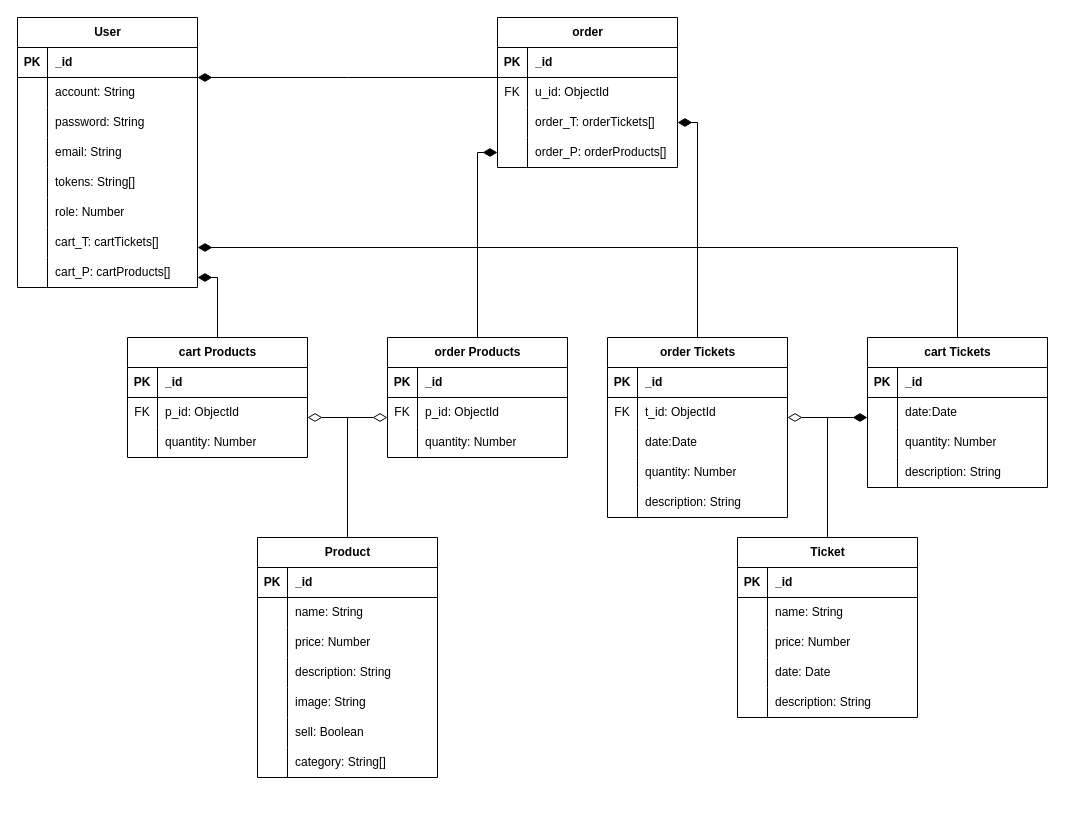
Before: 形象網站專題/database.drawio in Inori0107/Muller-, a draw.io diagram. Source tidied: cells renumbered, new cells numbered last; positions are measured from the earlier drawing's top-left corner, leaving out a move shared by most shapes. Both pictures are drawn from the tidied source at 100%, with x=0, y=0 at pixel (17, 17).
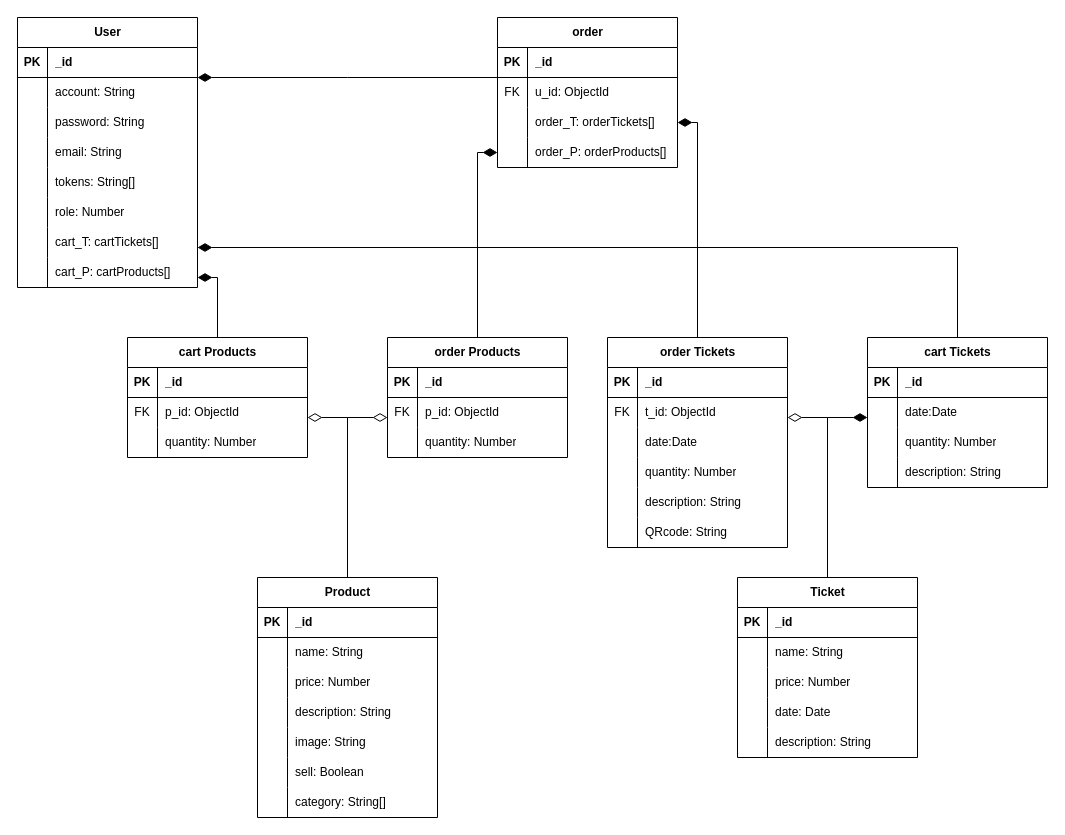
Above is the later version.

Change to the diagram source:
```diff
@@
     <mxCell id="48" value="Product" style="shape=table;startSize=30;childLayout=tableLayout;rowLines=0;fontStyle=1;align=center;html=1;" parent="1" vertex="1">
-      <mxGeometry x="240" y="520" width="180" height="240" as="geometry" />
+      <mxGeometry x="240" y="560" width="180" height="240" as="geometry" />
     </mxCell>
@@
     <mxCell id="86" value="Ticket" style="shape=table;startSize=30;childLayout=tableLayout;rowLines=0;fontStyle=1;align=center;html=1;" parent="1" vertex="1">
-      <mxGeometry x="720" y="520" width="180" height="180" as="geometry" />
+      <mxGeometry x="720" y="560" width="180" height="180" as="geometry" />
     </mxCell>
@@
     <mxCell id="116" value="order Tickets" style="shape=table;startSize=30;childLayout=tableLayout;rowLines=0;fontStyle=1;align=center;html=1;" parent="1" vertex="1">
-      <mxGeometry x="590" y="320" width="180" height="180" as="geometry" />
+      <mxGeometry x="590" y="320" width="180" height="210" as="geometry" />
     </mxCell>
@@
+    <mxCell id="141" style="shape=tableRow;horizontal=0;startSize=0;swimlaneHead=0;swimlaneBody=0;fillColor=none;top=0;left=0;right=0;bottom=0;" parent="116" vertex="1">
+      <mxGeometry y="180" width="180" height="30" as="geometry" />
+    </mxCell>
+    <mxCell id="142" style="shape=partialRectangle;fillColor=none;top=0;left=0;bottom=0;right=0;overflow=hidden;whiteSpace=wrap;html=1;" parent="141" vertex="1">
+      <mxGeometry width="30" height="30" as="geometry" />
+    </mxCell>
+    <mxCell id="143" value="QRcode: String" style="shape=partialRectangle;fillColor=none;top=0;left=0;bottom=0;right=0;align=left;spacingLeft=6;overflow=hidden;whiteSpace=wrap;html=1;" parent="141" vertex="1">
+      <mxGeometry x="30" width="150" height="30" as="geometry" />
+    </mxCell>
```
